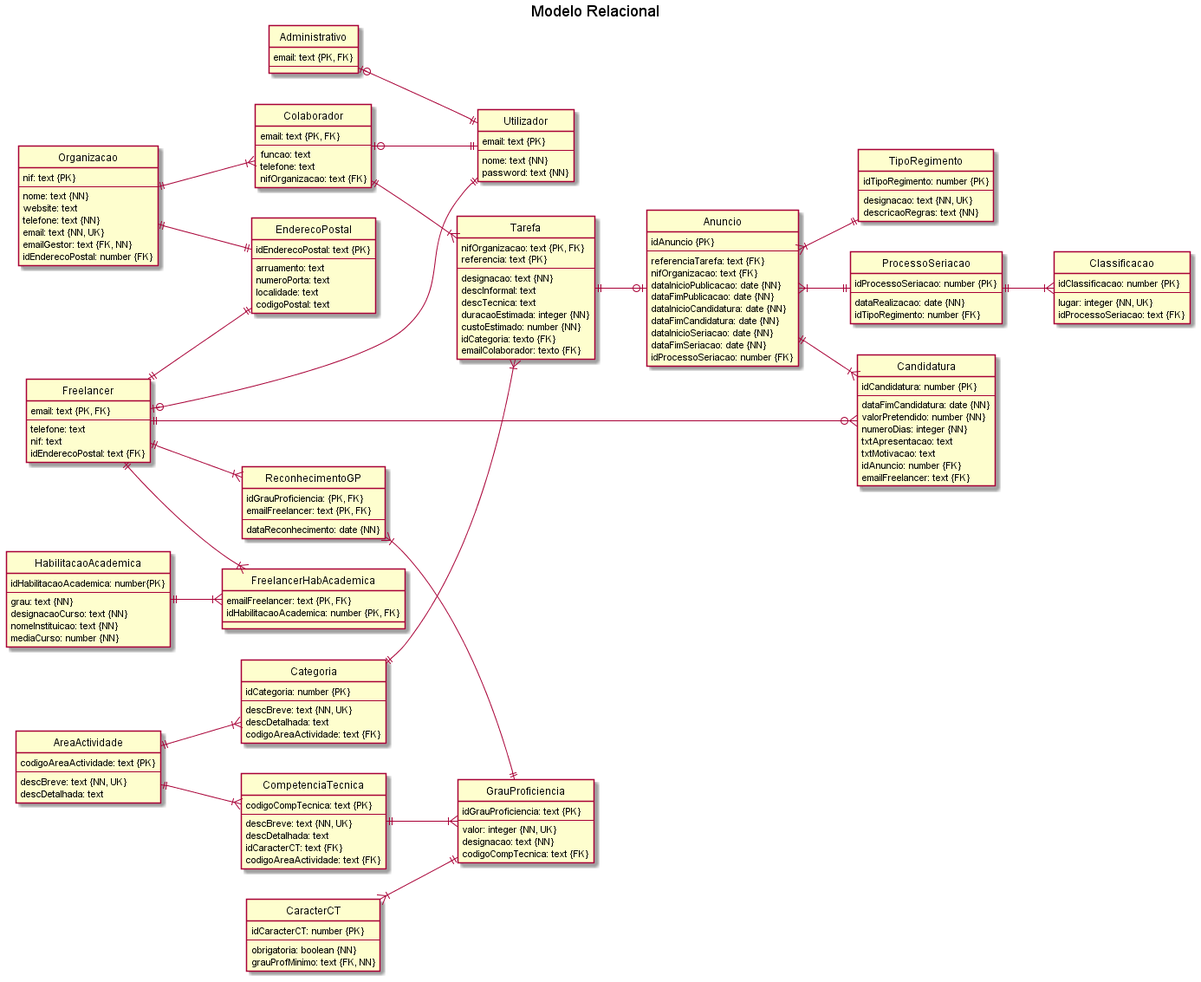
blestonbandeiraUPSKILL/upskill_java1_labprg_grupo2 keeps this PlantUML diagram as BaseDados/Modelo_Relacional.png. Above is the earlier version.
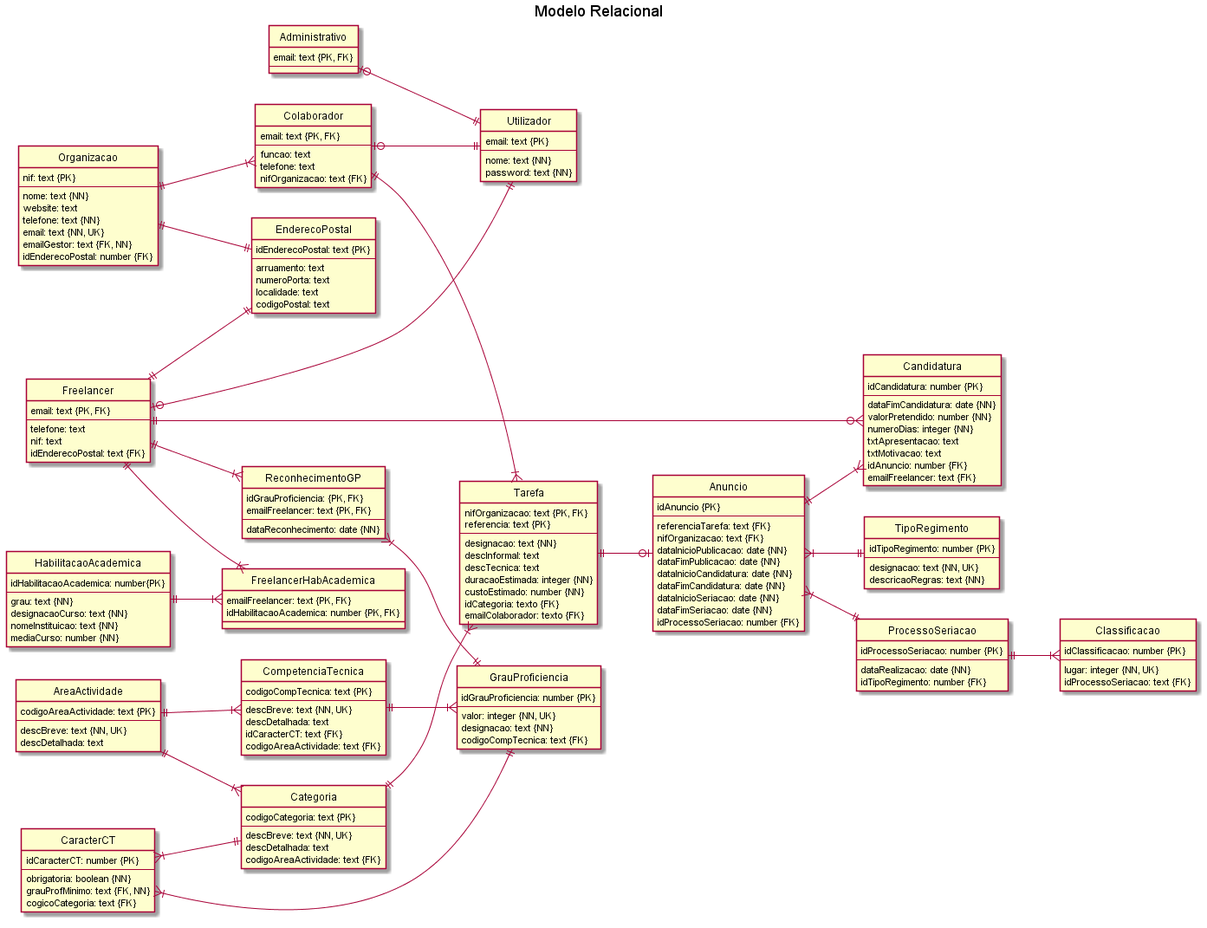
Later version of the same file.

The edit, as a diff of the source:
```diff
@@ -37,7 +37,7 @@
 }
 
 entity "Categoria" {
-    idCategoria: number {PK}
+    codigoCategoria: text {PK}
     --
     descBreve: text {NN, UK}
     descDetalhada: text
@@ -61,7 +61,7 @@
 }
 
 entity "GrauProficiencia" {
-    idGrauProficiencia: text {PK}
+    idGrauProficiencia: number {PK}
     --
     valor: integer {NN, UK}
     designacao: text {NN}
@@ -173,6 +173,7 @@
     --
     obrigatoria: boolean {NN}
     grauProfMinimo: text {FK, NN}
+    cogicoCategoria: text {FK}
 }
 
 AreaActividade ||--|{ Categoria
@@ -196,6 +197,7 @@
 HabilitacaoAcademica ||--|{ FreelancerHabAcademica
 Freelancer ||--|{ ReconhecimentoGP
 ReconhecimentoGP }|--|| GrauProficiencia
+CaracterCT }|--|| Categoria
 CaracterCT }|--|| GrauProficiencia
 
 
```
